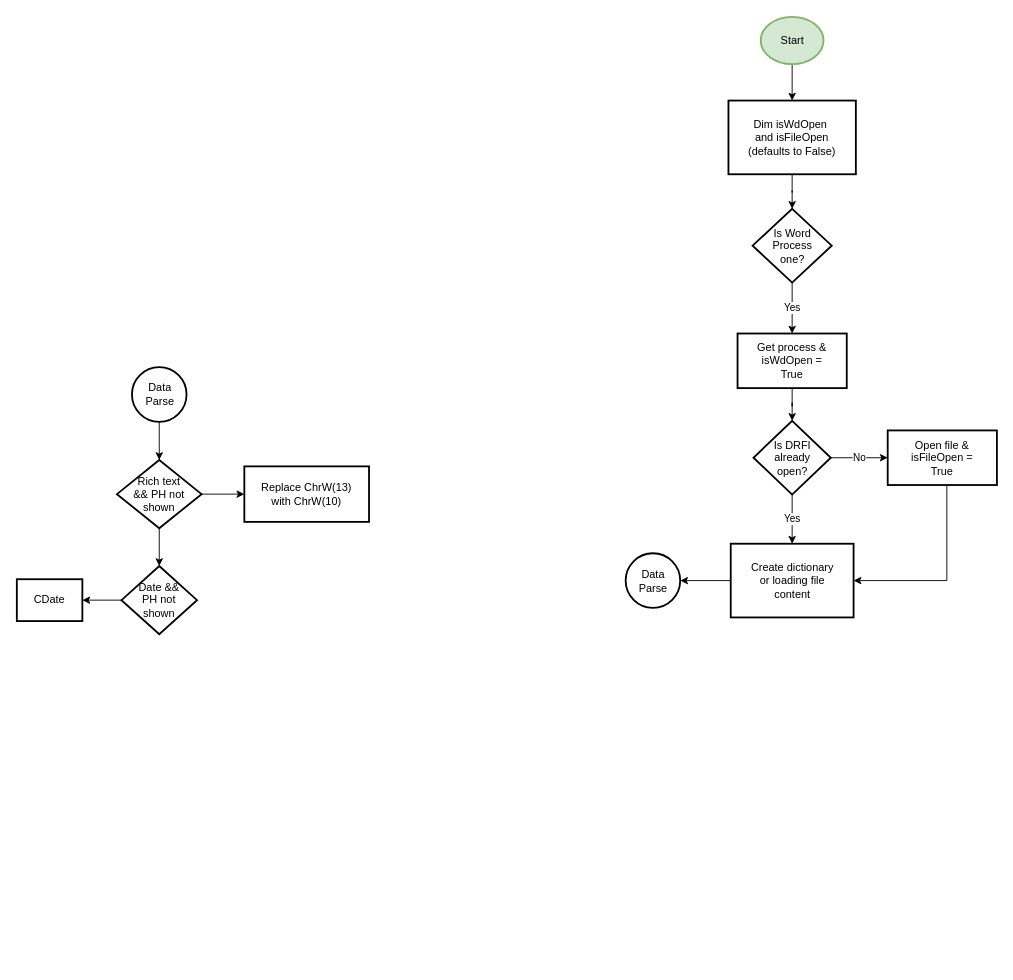
Above: page "Page-4" (4 of 4) of WordLink.drawio in benstanfish/Diagrams (draw.io), before the change. Source tidied: cells renumbered, new cells numbered last; positions are measured from the earlier drawing's top-left corner, leaving out a move shared by most shapes. Both pictures are drawn from the tidied source at 91%, with x=0, y=0 at pixel (16, 16).
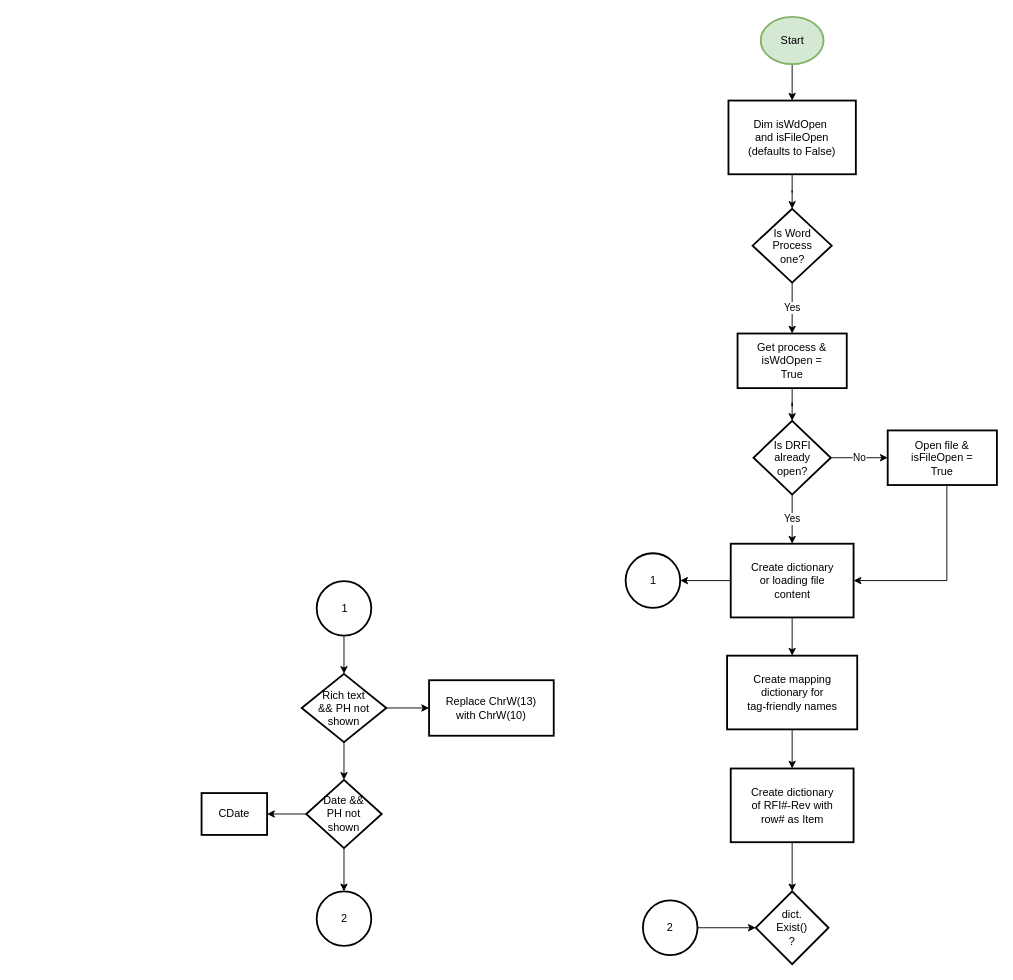
The same diagram, later.

Unchanged cells that the change refers to:
```xml
<mxCell id="12" value="Create dictionary&lt;div&gt;or loading file content&lt;/div&gt;" style="whiteSpace=wrap;html=1;strokeWidth=2;spacing=15;" parent="1" vertex="1">
  <mxGeometry x="784.5" y="579" width="135" height="81" as="geometry" />
</mxCell>
```

The edit, as a diff of the source:
```diff
@@
+    <mxCell id="27" style="edgeStyle=orthogonalEdgeStyle;rounded=0;jettySize=auto;html=1;entryX=0.5;entryY=0;entryDx=0;entryDy=0;" parent="1" edge="1" source="12" target="30">
+      <mxGeometry relative="1" as="geometry" />
+    </mxCell>
@@
-    <mxCell id="17" value="Data&lt;div&gt;Parse&lt;/div&gt;" style="verticalLabelPosition=middle;verticalAlign=middle;html=1;shape=mxgraph.flowchart.on-page_reference;strokeWidth=2;labelPosition=center;align=center;" parent="1" vertex="1">
+    <mxCell id="17" value="1" style="verticalLabelPosition=middle;verticalAlign=middle;html=1;shape=mxgraph.flowchart.on-page_reference;strokeWidth=2;labelPosition=center;align=center;" parent="1" vertex="1">
       <mxGeometry x="669" y="589.5" width="60" height="60" as="geometry" />
     </mxCell>
@@
-    <mxCell id="19" value="Data&lt;div&gt;Parse&lt;/div&gt;" style="verticalLabelPosition=middle;verticalAlign=middle;html=1;shape=mxgraph.flowchart.on-page_reference;strokeWidth=2;labelPosition=center;align=center;" parent="1" vertex="1">
-      <mxGeometry x="126.5" y="385" width="60" height="60" as="geometry" />
+    <mxCell id="19" value="1" style="verticalLabelPosition=middle;verticalAlign=middle;html=1;shape=mxgraph.flowchart.on-page_reference;strokeWidth=2;labelPosition=center;align=center;" parent="1" vertex="1">
+      <mxGeometry x="329.5" y="620" width="60" height="60" as="geometry" />
     </mxCell>
@@
     <mxCell id="22" value="Rich text&lt;div&gt;&amp;amp;&amp;amp; PH not&lt;/div&gt;&lt;div&gt;&lt;span style=&quot;background-color: initial;&quot;&gt;shown&lt;/span&gt;&lt;/div&gt;" style="rhombus;whiteSpace=wrap;html=1;strokeWidth=2;spacing=12;" parent="1" vertex="1">
-      <mxGeometry x="110" y="487" width="93" height="75" as="geometry" />
+      <mxGeometry x="313" y="722" width="93" height="75" as="geometry" />
     </mxCell>
@@
+    <mxCell id="28" style="edgeStyle=orthogonalEdgeStyle;rounded=0;jettySize=auto;html=1;" parent="1" edge="1" source="24" target="33">
+      <mxGeometry relative="1" as="geometry" />
+    </mxCell>
     <mxCell id="24" value="Date &amp;amp;&amp;amp;&lt;div&gt;PH not&lt;/div&gt;&lt;div&gt;shown&lt;/div&gt;" style="rhombus;whiteSpace=wrap;html=1;strokeWidth=2;spacing=12;" parent="1" vertex="1">
-      <mxGeometry x="115" y="603.5" width="83" height="75" as="geometry" />
+      <mxGeometry x="318" y="838.5" width="83" height="75" as="geometry" />
     </mxCell>
     <mxCell id="25" value="Replace ChrW(13)&lt;div&gt;with&amp;nbsp;&lt;span style=&quot;background-color: initial;&quot;&gt;ChrW(10)&lt;/span&gt;&lt;/div&gt;" style="whiteSpace=wrap;html=1;strokeWidth=2;spacing=12;" parent="1" vertex="1">
-      <mxGeometry x="250" y="494" width="137" height="61" as="geometry" />
+      <mxGeometry x="453" y="729" width="137" height="61" as="geometry" />
     </mxCell>
     <mxCell id="26" value="CDate" style="whiteSpace=wrap;html=1;strokeWidth=2;spacing=12;" parent="1" vertex="1">
-      <mxGeometry y="618" width="72" height="46" as="geometry" />
+      <mxGeometry x="203" y="853" width="72" height="46" as="geometry" />
     </mxCell>
+    <mxCell id="29" style="edgeStyle=orthogonalEdgeStyle;rounded=0;jettySize=auto;html=1;" parent="1" edge="1" source="30" target="32">
+      <mxGeometry relative="1" as="geometry" />
+    </mxCell>
+    <mxCell id="30" value="Create mapping&lt;div&gt;dictionary for&lt;/div&gt;&lt;div&gt;tag-friendly names&lt;/div&gt;" style="whiteSpace=wrap;html=1;strokeWidth=2;spacing=15;" parent="1" vertex="1">
+      <mxGeometry x="780.5" y="702" width="143" height="81" as="geometry" />
+    </mxCell>
+    <mxCell id="31" style="edgeStyle=orthogonalEdgeStyle;rounded=0;jettySize=auto;html=1;" parent="1" edge="1" source="32" target="36">
+      <mxGeometry relative="1" as="geometry" />
+    </mxCell>
+    <mxCell id="32" value="Create dictionary&lt;div&gt;of RFI#-Rev with&lt;/div&gt;&lt;div&gt;row# as Item&lt;/div&gt;" style="whiteSpace=wrap;html=1;strokeWidth=2;spacing=15;" parent="1" vertex="1">
+      <mxGeometry x="784.5" y="826" width="135" height="81" as="geometry" />
+    </mxCell>
+    <mxCell id="33" value="2" style="ellipse;whiteSpace=wrap;html=1;strokeWidth=2;spacing=12;" parent="1" vertex="1">
+      <mxGeometry x="329.5" y="961" width="60" height="60" as="geometry" />
+    </mxCell>
+    <mxCell id="34" style="edgeStyle=orthogonalEdgeStyle;rounded=0;jettySize=auto;html=1;entryX=0;entryY=0.5;entryDx=0;entryDy=0;" parent="1" edge="1" source="35" target="36">
+      <mxGeometry relative="1" as="geometry" />
+    </mxCell>
+    <mxCell id="35" value="2" style="ellipse;whiteSpace=wrap;html=1;strokeWidth=2;spacing=12;" parent="1" vertex="1">
+      <mxGeometry x="688" y="971" width="60" height="60" as="geometry" />
+    </mxCell>
+    <mxCell id="36" value="dict.&lt;div&gt;Exist()&lt;/div&gt;&lt;div&gt;?&lt;/div&gt;" style="rhombus;whiteSpace=wrap;html=1;strokeWidth=2;spacing=15;" parent="1" vertex="1">
+      <mxGeometry x="812" y="961" width="80" height="80" as="geometry" />
+    </mxCell>
```
